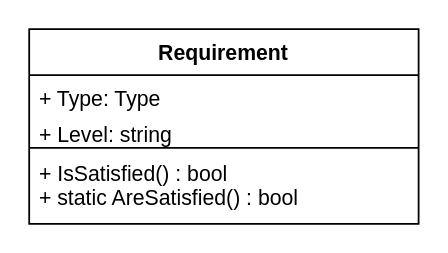
The draw.io diagram Assets/Requirement.drawio in ProgramacionII-Equipo3/Proyecto, before the edit. Source tidied: cells renumbered, new cells numbered last; positions are measured from the earlier drawing's top-left corner, leaving out a move shared by most shapes. Both pictures are drawn from the tidied source at 177%, with x=0, y=0 at pixel (28, 28).
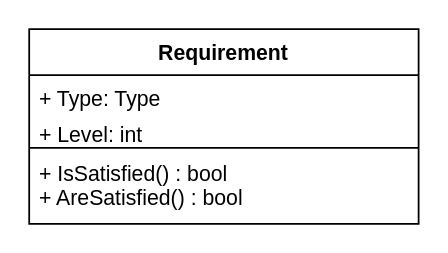
After the change.

What changed in the source:
```diff
@@
 <mxGraphModel>
   <root>
     <mxCell id="0" />
     <mxCell id="1" parent="0" />
     <mxCell id="2" value="Requirement" style="swimlane;fontStyle=1;align=center;verticalAlign=top;horizontal=1;startSize=26;" parent="1" vertex="1">
       <mxGeometry width="220" height="110" as="geometry" />
     </mxCell>
     <mxCell id="3" value="+ Type: Type" style="text;strokeColor=none;fillColor=none;align=left;verticalAlign=top;spacingLeft=4;spacingRight=4;overflow=hidden;" parent="2" vertex="1">
       <mxGeometry y="26" width="220" height="20" as="geometry" />
     </mxCell>
-    <mxCell id="4" value="+ Level: string" style="text;strokeColor=none;fillColor=none;align=left;verticalAlign=top;spacingLeft=4;spacingRight=4;overflow=hidden;" parent="2" vertex="1">
+    <mxCell id="4" value="+ Level: int" style="text;strokeColor=none;fillColor=none;align=left;verticalAlign=top;spacingLeft=4;spacingRight=4;overflow=hidden;" parent="2" vertex="1">
       <mxGeometry y="46" width="220" height="20" as="geometry" />
     </mxCell>
     <mxCell id="5" style="line;strokeWidth=1;fillColor=none;align=left;verticalAlign=middle;spacingTop=-1;spacingLeft=3;spacingRight=3;labelPosition=right;" parent="2" vertex="1">
       <mxGeometry y="66" width="220" height="2" as="geometry" />
     </mxCell>
-    <mxCell id="6" value="+ IsSatisfied() : bool&#10;+ static AreSatisfied() : bool" style="text;strokeColor=none;fillColor=none;align=left;verticalAlign=top;spacingLeft=4;spacingRight=4;overflow=hidden;" parent="2" vertex="1">
+    <mxCell id="6" value="+ IsSatisfied() : bool&#10;+ AreSatisfied() : bool" style="text;strokeColor=none;fillColor=none;align=left;verticalAlign=top;spacingLeft=4;spacingRight=4;overflow=hidden;" parent="2" vertex="1">
       <mxGeometry y="68" width="220" height="42" as="geometry" />
     </mxCell>
   </root>
 </mxGraphModel>
```
